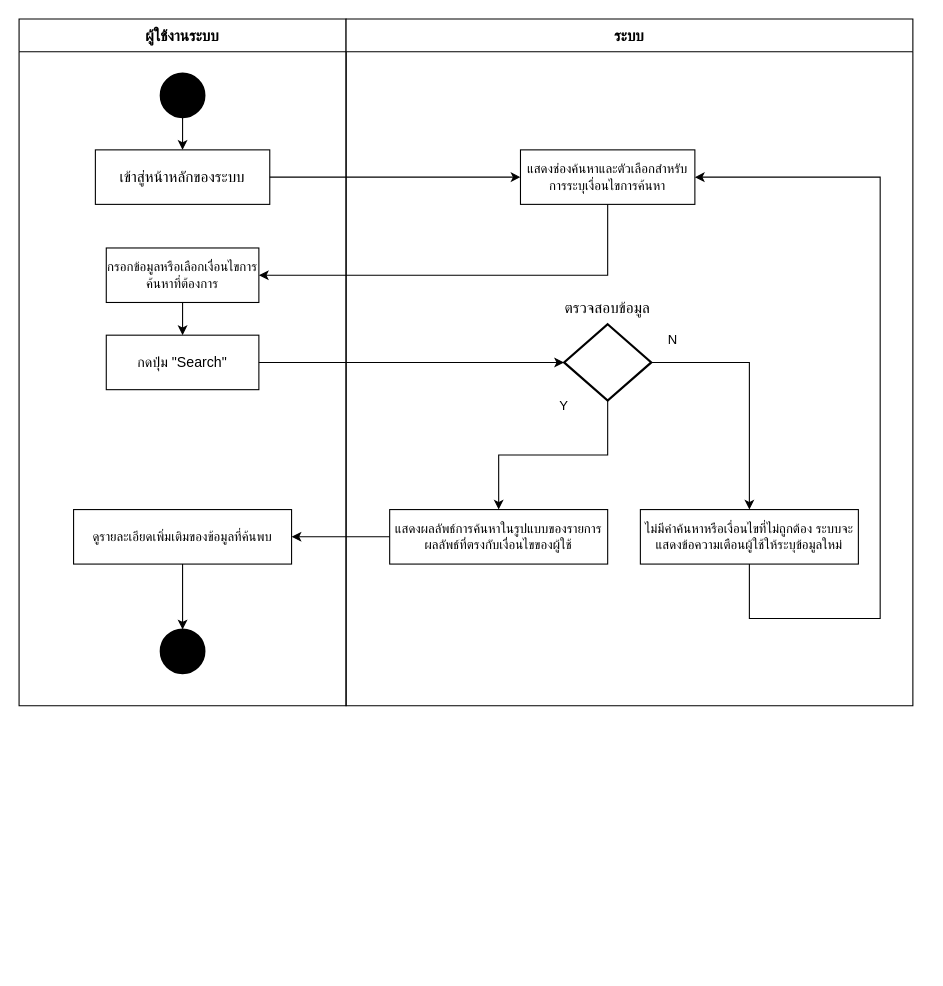
This is page "ADV_Create Post" (7 of 11) of Workflow Diagram.drawio from 64160106/projectfinal, a draw.io file, before an edit. Source tidied: cells renumbered, new cells numbered last; positions are measured from the earlier drawing's top-left corner, leaving out a move shared by most shapes. Both pictures are drawn from the tidied source at 109%, with x=0, y=0 at pixel (19, 19).
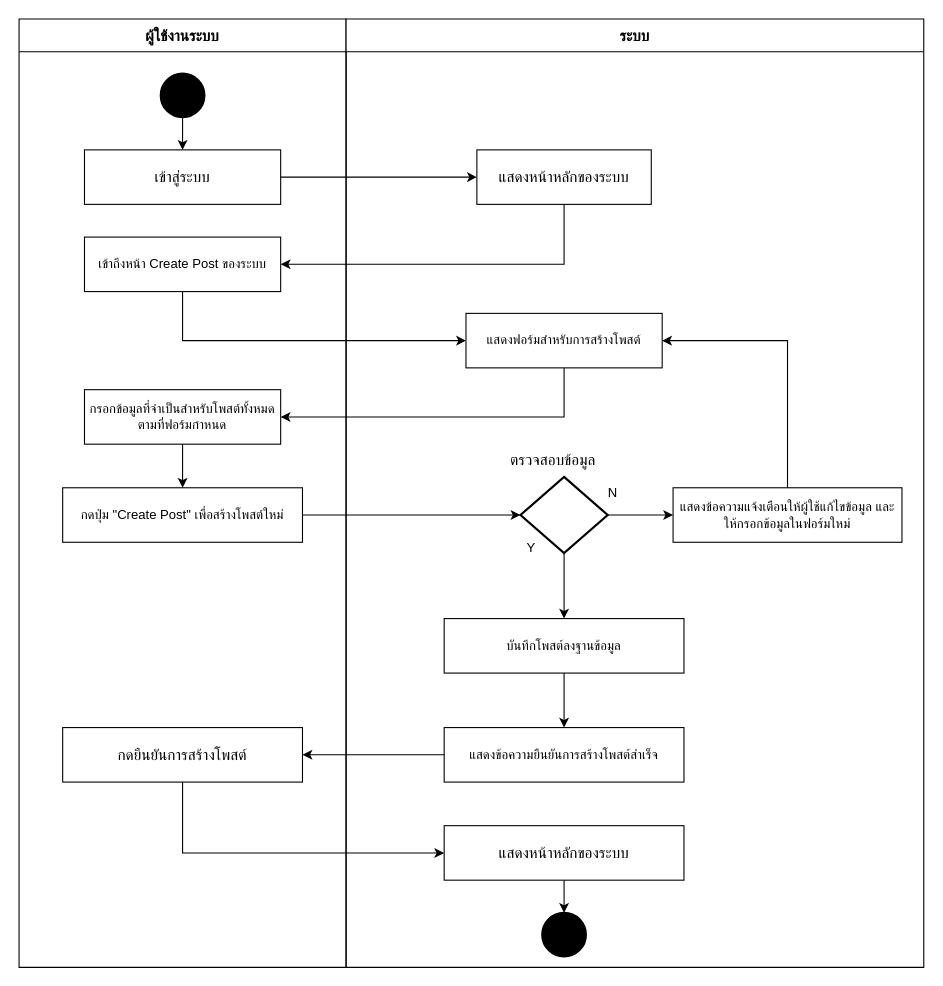
The same diagram, later.

Diff of the diagram source:
```diff
@@
     <mxCell id="2" value="ผู้ใช้งานระบบ" style="swimlane;startSize=30;fontSize=14;" parent="1" vertex="1">
-      <mxGeometry width="300" height="630" as="geometry" />
+      <mxGeometry width="300" height="870" as="geometry" />
     </mxCell>
@@
-    <mxCell id="5" value="&lt;font style=&quot;font-size: 14px;&quot;&gt;เข้าสู่หน้าหลักของระบบ&lt;/font&gt;" style="rounded=0;whiteSpace=wrap;html=1;" parent="2" vertex="1">
-      <mxGeometry x="70" y="120" width="160" height="50" as="geometry" />
+    <mxCell id="5" value="&lt;font style=&quot;font-size: 14px;&quot;&gt;เข้าสู่ระบบ&lt;/font&gt;" style="rounded=0;whiteSpace=wrap;html=1;" parent="2" vertex="1">
+      <mxGeometry x="60" y="120" width="180" height="50" as="geometry" />
     </mxCell>
-    <mxCell id="6" style="edgeStyle=orthogonalEdgeStyle;rounded=0;jettySize=auto;html=1;exitX=0.5;exitY=1;exitDx=0;exitDy=0;entryX=0.5;entryY=0;entryDx=0;entryDy=0;" parent="2" edge="1" source="7" target="8">
-      <mxGeometry relative="1" as="geometry" />
-    </mxCell>
-    <mxCell id="7" value="กรอกข้อมูลหรือเลือกเงื่อนไขการค้นหาที่ต้องการ" style="rounded=0;whiteSpace=wrap;html=1;" parent="2" vertex="1">
-      <mxGeometry x="80" y="210" width="140" height="50" as="geometry" />
-    </mxCell>
-    <mxCell id="8" value="&lt;font face=&quot;Helvetica&quot; style=&quot;font-size: 13px;&quot;&gt;กดปุ่ม &quot;Search&quot;&lt;/font&gt;" style="rounded=0;whiteSpace=wrap;html=1;" parent="2" vertex="1">
-      <mxGeometry x="80" y="290" width="140" height="50" as="geometry" />
-    </mxCell>
-    <mxCell id="9" style="strokeWidth=2;html=1;shape=mxgraph.flowchart.start_2;whiteSpace=wrap;fillColor=#000000;" parent="2" vertex="1">
-      <mxGeometry x="130" y="560" width="40" height="40" as="geometry" />
-    </mxCell>
-    <mxCell id="10" value="ดูรายละเอียดเพิ่มเติมของข้อมูลที่ค้นพบ" style="rounded=0;whiteSpace=wrap;html=1;" parent="2" vertex="1">
-      <mxGeometry x="50" y="450" width="200" height="50" as="geometry" />
-    </mxCell>
-    <mxCell id="11" style="edgeStyle=orthogonalEdgeStyle;rounded=0;jettySize=auto;html=1;exitX=0.5;exitY=1;exitDx=0;exitDy=0;entryX=0.5;entryY=0;entryDx=0;entryDy=0;entryPerimeter=0;" parent="2" edge="1" source="10" target="9">
-      <mxGeometry relative="1" as="geometry" />
-    </mxCell>
+    <mxCell id="27" value="เข้าถึงหน้า Create Post ของระบบ" style="rounded=0;whiteSpace=wrap;html=1;" parent="2" vertex="1">
+      <mxGeometry x="60" y="200" width="180" height="50" as="geometry" />
+    </mxCell>
+    <mxCell id="28" style="edgeStyle=orthogonalEdgeStyle;rounded=0;jettySize=auto;html=1;exitX=0.5;exitY=1;exitDx=0;exitDy=0;entryX=0.5;entryY=0;entryDx=0;entryDy=0;" parent="2" edge="1" source="29" target="30">
+      <mxGeometry relative="1" as="geometry" />
+    </mxCell>
+    <mxCell id="29" value="กรอกข้อมูลที่จำเป็นสำหรับโพสต์ทั้งหมดตามที่ฟอร์มกำหนด" style="rounded=0;whiteSpace=wrap;html=1;" parent="2" vertex="1">
+      <mxGeometry x="60" y="340" width="180" height="50" as="geometry" />
+    </mxCell>
+    <mxCell id="30" value="&lt;font style=&quot;font-size: 12px;&quot;&gt;กดปุ่ม &quot;Create Post&quot; เพื่อสร้างโพสต์ใหม่&lt;/font&gt;" style="rounded=0;whiteSpace=wrap;html=1;" parent="2" vertex="1">
+      <mxGeometry x="40" y="430" width="220" height="50" as="geometry" />
+    </mxCell>
+    <mxCell id="31" value="&lt;font style=&quot;font-size: 14px;&quot;&gt;กดยืนยันการสร้างโพสต์&lt;/font&gt;" style="rounded=0;whiteSpace=wrap;html=1;" parent="2" vertex="1">
+      <mxGeometry x="40" y="650" width="220" height="50" as="geometry" />
+    </mxCell>
     <mxCell id="12" value="ระบบ" style="swimlane;startSize=30;fontSize=14;" parent="1" vertex="1">
-      <mxGeometry x="300" width="520" height="630" as="geometry" />
+      <mxGeometry x="300" width="530" height="870" as="geometry" />
     </mxCell>
-    <mxCell id="13" value="แสดงช่องค้นหาและตัวเลือกสำหรับการระบุเงื่อนไขการค้นหา" style="rounded=0;whiteSpace=wrap;html=1;" parent="12" vertex="1">
-      <mxGeometry x="160" y="120" width="160" height="50" as="geometry" />
-    </mxCell>
-    <mxCell id="14" style="edgeStyle=orthogonalEdgeStyle;rounded=0;jettySize=auto;html=1;exitX=1;exitY=0.5;exitDx=0;exitDy=0;exitPerimeter=0;" parent="12" edge="1" source="15" target="18">
-      <mxGeometry relative="1" as="geometry" />
-    </mxCell>
+    <mxCell id="32" style="edgeStyle=orthogonalEdgeStyle;rounded=0;jettySize=auto;html=1;entryX=0.5;entryY=0;entryDx=0;entryDy=0;" parent="12" edge="1" source="15" target="37">
+      <mxGeometry relative="1" as="geometry" />
+    </mxCell>
+    <mxCell id="33" style="edgeStyle=orthogonalEdgeStyle;rounded=0;jettySize=auto;html=1;exitX=1;exitY=0.5;exitDx=0;exitDy=0;exitPerimeter=0;entryX=0;entryY=0.5;entryDx=0;entryDy=0;" parent="12" edge="1" source="15" target="39">
+      <mxGeometry relative="1" as="geometry" />
+    </mxCell>
     <mxCell id="15" style="strokeWidth=2;html=1;shape=mxgraph.flowchart.decision;whiteSpace=wrap;" parent="12" vertex="1">
-      <mxGeometry x="200" y="280" width="80" height="70" as="geometry" />
+      <mxGeometry x="160" y="420" width="80" height="70" as="geometry" />
     </mxCell>
     <mxCell id="16" value="&lt;font style=&quot;font-size: 14px;&quot;&gt;ตรวจสอบข้อมูล&lt;/font&gt;" style="text;html=1;align=center;verticalAlign=middle;whiteSpace=wrap;rounded=0;" parent="12" vertex="1">
-      <mxGeometry x="190" y="250" width="100" height="30" as="geometry" />
+      <mxGeometry x="140" y="390" width="100" height="30" as="geometry" />
     </mxCell>
-    <mxCell id="17" style="edgeStyle=orthogonalEdgeStyle;rounded=0;jettySize=auto;html=1;exitX=0.5;exitY=1;exitDx=0;exitDy=0;entryX=1;entryY=0.5;entryDx=0;entryDy=0;" parent="12" edge="1" source="18" target="13">
-      <mxGeometry relative="1" as="geometry">
-        <Array as="points">
-          <mxPoint x="370" y="550" />
-          <mxPoint x="490" y="550" />
-          <mxPoint x="490" y="145" />
-        </Array>
-      </mxGeometry>
-    </mxCell>
-    <mxCell id="18" value="ไม่มีคำค้นหาหรือเงื่อนไขที่ไม่ถูกต้อง ระบบจะแสดงข้อความเตือนผู้ใช้ให้ระบุข้อมูลใหม่" style="rounded=0;whiteSpace=wrap;html=1;" parent="12" vertex="1">
-      <mxGeometry x="270" y="450" width="200" height="50" as="geometry" />
-    </mxCell>
     <mxCell id="19" value="Y" style="text;html=1;align=center;verticalAlign=middle;whiteSpace=wrap;rounded=0;" parent="12" vertex="1">
-      <mxGeometry x="170" y="340" width="60" height="30" as="geometry" />
+      <mxGeometry x="140" y="470" width="60" height="30" as="geometry" />
     </mxCell>
     <mxCell id="20" value="N" style="text;html=1;align=center;verticalAlign=middle;whiteSpace=wrap;rounded=0;" parent="12" vertex="1">
-      <mxGeometry x="270" y="280" width="60" height="30" as="geometry" />
+      <mxGeometry x="230" y="420" width="30" height="30" as="geometry" />
     </mxCell>
-    <mxCell id="21" value="แสดงผลลัพธ์การค้นหาในรูปแบบของรายการผลลัพธ์ที่ตรงกับเงื่อนไขของผู้ใช้" style="rounded=0;whiteSpace=wrap;html=1;" parent="12" vertex="1">
-      <mxGeometry x="40" y="450" width="200" height="50" as="geometry" />
-    </mxCell>
-    <mxCell id="22" style="edgeStyle=orthogonalEdgeStyle;rounded=0;jettySize=auto;html=1;exitX=0.5;exitY=1;exitDx=0;exitDy=0;exitPerimeter=0;entryX=0.5;entryY=0;entryDx=0;entryDy=0;" parent="12" edge="1" source="15" target="21">
-      <mxGeometry relative="1" as="geometry" />
-    </mxCell>
-    <mxCell id="23" style="edgeStyle=orthogonalEdgeStyle;rounded=0;jettySize=auto;html=1;exitX=1;exitY=0.5;exitDx=0;exitDy=0;" parent="1" edge="1" source="5" target="13">
-      <mxGeometry relative="1" as="geometry" />
-    </mxCell>
-    <mxCell id="24" style="edgeStyle=orthogonalEdgeStyle;rounded=0;jettySize=auto;html=1;exitX=0.5;exitY=1;exitDx=0;exitDy=0;entryX=1;entryY=0.5;entryDx=0;entryDy=0;" parent="1" edge="1" source="13" target="7">
-      <mxGeometry relative="1" as="geometry" />
-    </mxCell>
-    <mxCell id="25" style="edgeStyle=orthogonalEdgeStyle;rounded=0;jettySize=auto;html=1;exitX=1;exitY=0.5;exitDx=0;exitDy=0;entryX=0;entryY=0.5;entryDx=0;entryDy=0;entryPerimeter=0;" parent="1" edge="1" source="8" target="15">
-      <mxGeometry relative="1" as="geometry" />
-    </mxCell>
-    <mxCell id="26" style="edgeStyle=orthogonalEdgeStyle;rounded=0;jettySize=auto;html=1;exitX=0;exitY=0.5;exitDx=0;exitDy=0;" parent="1" edge="1" source="21" target="10">
-      <mxGeometry relative="1" as="geometry" />
-    </mxCell>
+    <mxCell id="34" value="&lt;span style=&quot;font-size: 14px;&quot;&gt;แสดงหน้าหลักของระบบ&lt;/span&gt;" style="rounded=0;whiteSpace=wrap;html=1;" parent="12" vertex="1">
+      <mxGeometry x="120" y="120" width="160" height="50" as="geometry" />
+    </mxCell>
+    <mxCell id="35" value="แสดงฟอร์มสำหรับการสร้างโพสต์" style="rounded=0;whiteSpace=wrap;html=1;" parent="12" vertex="1">
+      <mxGeometry x="110" y="270" width="180" height="50" as="geometry" />
+    </mxCell>
+    <mxCell id="36" style="edgeStyle=orthogonalEdgeStyle;rounded=0;jettySize=auto;html=1;exitX=0.5;exitY=1;exitDx=0;exitDy=0;" parent="12" edge="1" source="37" target="40">
+      <mxGeometry relative="1" as="geometry" />
+    </mxCell>
+    <mxCell id="37" value="บันทึกโพสต์ลงฐานข้อมูล" style="rounded=0;whiteSpace=wrap;html=1;" parent="12" vertex="1">
+      <mxGeometry x="90" y="550" width="220" height="50" as="geometry" />
+    </mxCell>
+    <mxCell id="38" style="edgeStyle=orthogonalEdgeStyle;rounded=0;jettySize=auto;html=1;exitX=0.5;exitY=0;exitDx=0;exitDy=0;entryX=1;entryY=0.5;entryDx=0;entryDy=0;" parent="12" edge="1" source="39" target="35">
+      <mxGeometry relative="1" as="geometry" />
+    </mxCell>
+    <mxCell id="39" value="แสดงข้อความแจ้งเตือนให้ผู้ใช้แก้ไขข้อมูล และให้กรอกข้อมูลในฟอร์มใหม่" style="rounded=0;whiteSpace=wrap;html=1;" parent="12" vertex="1">
+      <mxGeometry x="300" y="430" width="210" height="50" as="geometry" />
+    </mxCell>
+    <mxCell id="40" value="แสดงข้อความยืนยันการสร้างโพสต์สำเร็จ" style="rounded=0;whiteSpace=wrap;html=1;" parent="12" vertex="1">
+      <mxGeometry x="90" y="650" width="220" height="50" as="geometry" />
+    </mxCell>
+    <mxCell id="41" value="&lt;span style=&quot;font-size: 14px;&quot;&gt;แสดงหน้าหลักของระบบ&lt;/span&gt;" style="rounded=0;whiteSpace=wrap;html=1;" parent="12" vertex="1">
+      <mxGeometry x="90" y="740" width="220" height="50" as="geometry" />
+    </mxCell>
+    <mxCell id="9" style="strokeWidth=2;html=1;shape=mxgraph.flowchart.start_2;whiteSpace=wrap;fillColor=#000000;" parent="12" vertex="1">
+      <mxGeometry x="180" y="820" width="40" height="40" as="geometry" />
+    </mxCell>
+    <mxCell id="42" style="edgeStyle=orthogonalEdgeStyle;rounded=0;jettySize=auto;html=1;exitX=0.5;exitY=1;exitDx=0;exitDy=0;entryX=0.5;entryY=0;entryDx=0;entryDy=0;entryPerimeter=0;" parent="12" edge="1" source="41" target="9">
+      <mxGeometry relative="1" as="geometry" />
+    </mxCell>
+    <mxCell id="43" style="edgeStyle=orthogonalEdgeStyle;rounded=0;jettySize=auto;html=1;exitX=1;exitY=0.5;exitDx=0;exitDy=0;entryX=0;entryY=0.5;entryDx=0;entryDy=0;" parent="1" edge="1" source="5" target="34">
+      <mxGeometry relative="1" as="geometry" />
+    </mxCell>
+    <mxCell id="44" style="edgeStyle=orthogonalEdgeStyle;rounded=0;jettySize=auto;html=1;exitX=0.5;exitY=1;exitDx=0;exitDy=0;entryX=1;entryY=0.5;entryDx=0;entryDy=0;" parent="1" edge="1" source="34" target="27">
+      <mxGeometry relative="1" as="geometry" />
+    </mxCell>
+    <mxCell id="45" style="edgeStyle=orthogonalEdgeStyle;rounded=0;jettySize=auto;html=1;exitX=0.5;exitY=1;exitDx=0;exitDy=0;entryX=0;entryY=0.5;entryDx=0;entryDy=0;" parent="1" edge="1" source="27" target="35">
+      <mxGeometry relative="1" as="geometry" />
+    </mxCell>
+    <mxCell id="46" style="edgeStyle=orthogonalEdgeStyle;rounded=0;jettySize=auto;html=1;exitX=0.5;exitY=1;exitDx=0;exitDy=0;entryX=1;entryY=0.5;entryDx=0;entryDy=0;" parent="1" edge="1" source="35" target="29">
+      <mxGeometry relative="1" as="geometry" />
+    </mxCell>
+    <mxCell id="47" style="edgeStyle=orthogonalEdgeStyle;rounded=0;jettySize=auto;html=1;exitX=1;exitY=0.5;exitDx=0;exitDy=0;entryX=0;entryY=0.5;entryDx=0;entryDy=0;entryPerimeter=0;" parent="1" edge="1" source="30" target="15">
+      <mxGeometry relative="1" as="geometry" />
+    </mxCell>
+    <mxCell id="48" style="edgeStyle=orthogonalEdgeStyle;rounded=0;jettySize=auto;html=1;exitX=0;exitY=0.5;exitDx=0;exitDy=0;" parent="1" edge="1" source="40" target="31">
+      <mxGeometry relative="1" as="geometry" />
+    </mxCell>
+    <mxCell id="49" style="edgeStyle=orthogonalEdgeStyle;rounded=0;jettySize=auto;html=1;exitX=0.5;exitY=1;exitDx=0;exitDy=0;entryX=0;entryY=0.5;entryDx=0;entryDy=0;" parent="1" edge="1" source="31" target="41">
+      <mxGeometry relative="1" as="geometry" />
+    </mxCell>
```
